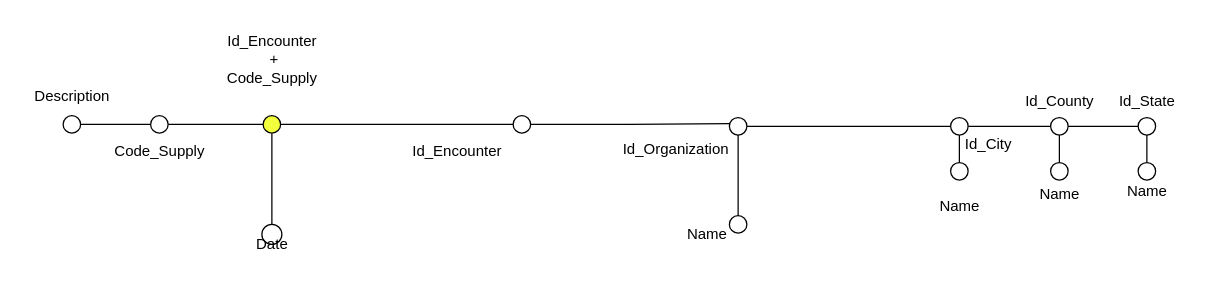
MircoPerna99/BigDataManagement_Team keeps this draw.io diagram as Alberi_Elaborated/Require.drawio. Above is the earlier version. Source tidied: cells renumbered, new cells numbered last; positions are measured from the earlier drawing's top-left corner, leaving out a move shared by most shapes. Both pictures are drawn from the tidied source at 125%, with x=0, y=0 at pixel (21, 21).
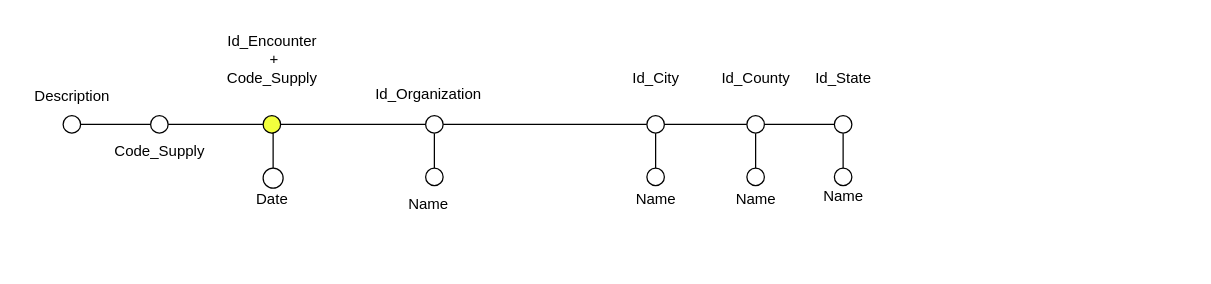
Above is the later version.

Unchanged cells that the change refers to:
```xml
<mxCell id="4" style="ellipse;whiteSpace=wrap;html=1;fillColor=#F2FF3D;" parent="1" vertex="1">
  <mxGeometry x="193" y="75" width="14" height="14" as="geometry" />
</mxCell>
```

The edit, as a diff of the source:
```diff
@@
-    <mxCell id="2" style="edgeStyle=orthogonalEdgeStyle;rounded=0;jettySize=auto;html=1;endArrow=none;startFill=0;" parent="1" edge="1" source="4" target="6">
-      <mxGeometry relative="1" as="geometry" />
-    </mxCell>
-    <mxCell id="3" style="edgeStyle=orthogonalEdgeStyle;rounded=0;jettySize=auto;html=1;exitX=0.5;exitY=1;exitDx=0;exitDy=0;entryX=0.5;entryY=0;entryDx=0;entryDy=0;endArrow=none;startFill=0;" parent="1" edge="1" source="4" target="38">
-      <mxGeometry relative="1" as="geometry" />
-    </mxCell>
+    <mxCell id="40" style="edgeStyle=orthogonalEdgeStyle;rounded=0;jettySize=auto;html=1;exitX=0.5;exitY=1;exitDx=0;exitDy=0;entryX=0.5;entryY=0;entryDx=0;entryDy=0;endArrow=none;startFill=0;" parent="1" edge="1" source="4" target="61">
+      <mxGeometry relative="1" as="geometry" />
+    </mxCell>
+    <mxCell id="41" style="edgeStyle=orthogonalEdgeStyle;rounded=0;jettySize=auto;html=1;exitX=1;exitY=0.5;exitDx=0;exitDy=0;entryX=0;entryY=0.5;entryDx=0;entryDy=0;endArrow=none;startFill=0;" parent="1" edge="1" source="4" target="44">
+      <mxGeometry relative="1" as="geometry" />
+    </mxCell>
@@
-    <mxCell id="6" style="ellipse;whiteSpace=wrap;html=1;fillColor=#FFFFFF;" parent="1" vertex="1">
-      <mxGeometry x="393" y="75" width="14" height="14" as="geometry" />
-    </mxCell>
@@
-    <mxCell id="13" value="Id_Encounter" style="text;html=1;align=center;verticalAlign=middle;strokeColor=none;fillColor=none;" parent="1" vertex="1">
-      <mxGeometry x="303" y="89" width="90" height="30" as="geometry" />
-    </mxCell>
-    <mxCell id="14" style="edgeStyle=orthogonalEdgeStyle;rounded=0;jettySize=auto;html=1;exitX=1;exitY=0.5;exitDx=0;exitDy=0;entryX=0;entryY=0.5;entryDx=0;entryDy=0;endArrow=none;startFill=0;endFill=1;" parent="1" edge="1" source="16" target="19">
-      <mxGeometry relative="1" as="geometry" />
-    </mxCell>
-    <mxCell id="15" style="edgeStyle=orthogonalEdgeStyle;rounded=0;jettySize=auto;html=1;exitX=0.5;exitY=1;exitDx=0;exitDy=0;entryX=0.5;entryY=0;entryDx=0;entryDy=0;curved=1;endArrow=none;startFill=0;" parent="1" edge="1" source="16" target="20">
-      <mxGeometry relative="1" as="geometry" />
-    </mxCell>
-    <mxCell id="16" style="ellipse;whiteSpace=wrap;html=1;fillColor=#FFFFFF;" parent="1" vertex="1">
-      <mxGeometry x="566" y="76.5" width="14" height="14" as="geometry" />
-    </mxCell>
+    <mxCell id="42" style="edgeStyle=orthogonalEdgeStyle;rounded=0;jettySize=auto;html=1;exitX=1;exitY=0.5;exitDx=0;exitDy=0;entryX=0;entryY=0.5;entryDx=0;entryDy=0;endArrow=none;startFill=0;endFill=1;" parent="1" edge="1" source="44" target="46">
+      <mxGeometry relative="1" as="geometry" />
+    </mxCell>
+    <mxCell id="43" style="edgeStyle=orthogonalEdgeStyle;rounded=0;jettySize=auto;html=1;exitX=0.5;exitY=1;exitDx=0;exitDy=0;entryX=0.5;entryY=0;entryDx=0;entryDy=0;curved=1;endArrow=none;startFill=0;" parent="1" edge="1" source="44" target="47">
+      <mxGeometry relative="1" as="geometry" />
+    </mxCell>
+    <mxCell id="44" style="ellipse;whiteSpace=wrap;html=1;fillColor=#FFFFFF;" parent="1" vertex="1">
+      <mxGeometry x="323" y="75" width="14" height="14" as="geometry" />
+    </mxCell>
     <mxCell id="17" value="Id_Organization" style="text;html=1;align=center;verticalAlign=middle;strokeColor=none;fillColor=none;" parent="1" vertex="1">
-      <mxGeometry x="468" y="87" width="110" height="30" as="geometry" />
+      <mxGeometry x="270" y="43" width="110" height="30" as="geometry" />
     </mxCell>
-    <mxCell id="18" style="edgeStyle=orthogonalEdgeStyle;rounded=0;jettySize=auto;html=1;exitX=1;exitY=0.5;exitDx=0;exitDy=0;entryX=0;entryY=0.5;entryDx=0;entryDy=0;endArrow=none;startFill=0;" parent="1" edge="1" source="19" target="28">
-      <mxGeometry relative="1" as="geometry" />
-    </mxCell>
-    <mxCell id="19" style="ellipse;whiteSpace=wrap;html=1;fillColor=#FFFFFF;" parent="1" vertex="1">
-      <mxGeometry x="743" y="76.5" width="14" height="14" as="geometry" />
-    </mxCell>
-    <mxCell id="20" style="ellipse;whiteSpace=wrap;html=1;fillColor=#FFFFFF;" parent="1" vertex="1">
-      <mxGeometry x="566" y="155" width="14" height="14" as="geometry" />
-    </mxCell>
-    <mxCell id="21" value="Name" style="text;html=1;align=center;verticalAlign=middle;strokeColor=none;fillColor=none;" parent="1" vertex="1">
-      <mxGeometry x="518" y="155" width="60" height="30" as="geometry" />
-    </mxCell>
+    <mxCell id="45" style="edgeStyle=orthogonalEdgeStyle;rounded=0;jettySize=auto;html=1;exitX=1;exitY=0.5;exitDx=0;exitDy=0;entryX=0;entryY=0.5;entryDx=0;entryDy=0;endArrow=none;startFill=0;" parent="1" edge="1" source="46" target="54">
+      <mxGeometry relative="1" as="geometry" />
+    </mxCell>
+    <mxCell id="46" style="ellipse;whiteSpace=wrap;html=1;fillColor=#FFFFFF;" parent="1" vertex="1">
+      <mxGeometry x="500" y="75" width="14" height="14" as="geometry" />
+    </mxCell>
+    <mxCell id="47" style="ellipse;whiteSpace=wrap;html=1;fillColor=#FFFFFF;" parent="1" vertex="1">
+      <mxGeometry x="323" y="117" width="14" height="14" as="geometry" />
+    </mxCell>
+    <mxCell id="48" value="Name" style="text;html=1;align=center;verticalAlign=middle;strokeColor=none;fillColor=none;" parent="1" vertex="1">
+      <mxGeometry x="295" y="131" width="60" height="30" as="geometry" />
+    </mxCell>
     <mxCell id="22" value="Id_City" style="text;html=1;align=center;verticalAlign=middle;strokeColor=none;fillColor=none;" parent="1" vertex="1">
-      <mxGeometry x="743" y="82.5" width="60" height="30" as="geometry" />
+      <mxGeometry x="477" y="30" width="60" height="30" as="geometry" />
     </mxCell>
-    <mxCell id="23" style="edgeStyle=orthogonalEdgeStyle;rounded=0;jettySize=auto;html=1;entryX=0.5;entryY=1;entryDx=0;entryDy=0;endArrow=none;startFill=0;" parent="1" edge="1" source="24" target="19">
-      <mxGeometry relative="1" as="geometry" />
-    </mxCell>
-    <mxCell id="24" style="ellipse;whiteSpace=wrap;html=1;fillColor=#FFFFFF;" parent="1" vertex="1">
-      <mxGeometry x="743" y="112.5" width="14" height="14" as="geometry" />
-    </mxCell>
-    <mxCell id="25" value="Name" style="text;html=1;align=center;verticalAlign=middle;strokeColor=none;fillColor=none;" parent="1" vertex="1">
-      <mxGeometry x="720" y="133" width="60" height="30" as="geometry" />
-    </mxCell>
-    <mxCell id="26" style="edgeStyle=orthogonalEdgeStyle;rounded=0;jettySize=auto;html=1;exitX=0.5;exitY=1;exitDx=0;exitDy=0;entryX=0.5;entryY=0;entryDx=0;entryDy=0;endArrow=none;startFill=0;" parent="1" edge="1" source="28" target="30">
-      <mxGeometry relative="1" as="geometry" />
-    </mxCell>
-    <mxCell id="27" style="edgeStyle=orthogonalEdgeStyle;rounded=0;jettySize=auto;html=1;exitX=1;exitY=0.5;exitDx=0;exitDy=0;entryX=0;entryY=0.5;entryDx=0;entryDy=0;endArrow=none;startFill=0;" parent="1" edge="1" source="28" target="33">
-      <mxGeometry relative="1" as="geometry" />
-    </mxCell>
-    <mxCell id="28" style="ellipse;whiteSpace=wrap;html=1;fillColor=#FFFFFF;" parent="1" vertex="1">
-      <mxGeometry x="823" y="76.5" width="14" height="14" as="geometry" />
-    </mxCell>
+    <mxCell id="49" style="edgeStyle=orthogonalEdgeStyle;rounded=0;jettySize=auto;html=1;entryX=0.5;entryY=1;entryDx=0;entryDy=0;endArrow=none;startFill=0;" parent="1" edge="1" source="50" target="46">
+      <mxGeometry relative="1" as="geometry" />
+    </mxCell>
+    <mxCell id="50" style="ellipse;whiteSpace=wrap;html=1;fillColor=#FFFFFF;" parent="1" vertex="1">
+      <mxGeometry x="500" y="117" width="14" height="14" as="geometry" />
+    </mxCell>
+    <mxCell id="51" value="Name" style="text;html=1;align=center;verticalAlign=middle;strokeColor=none;fillColor=none;" parent="1" vertex="1">
+      <mxGeometry x="477" y="127" width="60" height="30" as="geometry" />
+    </mxCell>
+    <mxCell id="52" style="edgeStyle=orthogonalEdgeStyle;rounded=0;jettySize=auto;html=1;exitX=0.5;exitY=1;exitDx=0;exitDy=0;entryX=0.5;entryY=0;entryDx=0;entryDy=0;endArrow=none;startFill=0;" parent="1" edge="1" source="54" target="55">
+      <mxGeometry relative="1" as="geometry" />
+    </mxCell>
+    <mxCell id="53" style="edgeStyle=orthogonalEdgeStyle;rounded=0;jettySize=auto;html=1;exitX=1;exitY=0.5;exitDx=0;exitDy=0;entryX=0;entryY=0.5;entryDx=0;entryDy=0;endArrow=none;startFill=0;" parent="1" edge="1" source="54" target="58">
+      <mxGeometry relative="1" as="geometry" />
+    </mxCell>
+    <mxCell id="54" style="ellipse;whiteSpace=wrap;html=1;fillColor=#FFFFFF;" parent="1" vertex="1">
+      <mxGeometry x="580" y="75" width="14" height="14" as="geometry" />
+    </mxCell>
     <mxCell id="29" value="Id_County" style="text;html=1;align=center;verticalAlign=middle;strokeColor=none;fillColor=none;" parent="1" vertex="1">
-      <mxGeometry x="790" y="48.5" width="80" height="30" as="geometry" />
+      <mxGeometry x="547" y="30" width="80" height="30" as="geometry" />
     </mxCell>
-    <mxCell id="30" style="ellipse;whiteSpace=wrap;html=1;fillColor=#FFFFFF;" parent="1" vertex="1">
-      <mxGeometry x="823" y="112.5" width="14" height="14" as="geometry" />
-    </mxCell>
-    <mxCell id="31" value="Name" style="text;html=1;align=center;verticalAlign=middle;strokeColor=none;fillColor=none;" parent="1" vertex="1">
-      <mxGeometry x="800" y="122.5" width="60" height="30" as="geometry" />
-    </mxCell>
-    <mxCell id="32" style="edgeStyle=orthogonalEdgeStyle;rounded=0;jettySize=auto;html=1;exitX=0.5;exitY=1;exitDx=0;exitDy=0;entryX=0.5;entryY=0;entryDx=0;entryDy=0;endArrow=none;startFill=0;" parent="1" edge="1" source="33" target="35">
-      <mxGeometry relative="1" as="geometry" />
-    </mxCell>
-    <mxCell id="33" style="ellipse;whiteSpace=wrap;html=1;fillColor=#FFFFFF;" parent="1" vertex="1">
-      <mxGeometry x="893" y="76.5" width="14" height="14" as="geometry" />
-    </mxCell>
+    <mxCell id="55" style="ellipse;whiteSpace=wrap;html=1;fillColor=#FFFFFF;" parent="1" vertex="1">
+      <mxGeometry x="580" y="117" width="14" height="14" as="geometry" />
+    </mxCell>
+    <mxCell id="56" value="Name" style="text;html=1;align=center;verticalAlign=middle;strokeColor=none;fillColor=none;" parent="1" vertex="1">
+      <mxGeometry x="557" y="127" width="60" height="30" as="geometry" />
+    </mxCell>
+    <mxCell id="57" style="edgeStyle=orthogonalEdgeStyle;rounded=0;jettySize=auto;html=1;exitX=0.5;exitY=1;exitDx=0;exitDy=0;entryX=0.5;entryY=0;entryDx=0;entryDy=0;endArrow=none;startFill=0;" parent="1" edge="1" source="58" target="59">
+      <mxGeometry relative="1" as="geometry" />
+    </mxCell>
+    <mxCell id="58" style="ellipse;whiteSpace=wrap;html=1;fillColor=#FFFFFF;" parent="1" vertex="1">
+      <mxGeometry x="650" y="75" width="14" height="14" as="geometry" />
+    </mxCell>
     <mxCell id="34" value="Id_State" style="text;html=1;align=center;verticalAlign=middle;strokeColor=none;fillColor=none;" parent="1" vertex="1">
-      <mxGeometry x="865" y="48.5" width="70" height="30" as="geometry" />
+      <mxGeometry x="622" y="30" width="70" height="30" as="geometry" />
     </mxCell>
-    <mxCell id="35" style="ellipse;whiteSpace=wrap;html=1;fillColor=#FFFFFF;" parent="1" vertex="1">
-      <mxGeometry x="893" y="112.5" width="14" height="14" as="geometry" />
-    </mxCell>
-    <mxCell id="36" value="Name" style="text;html=1;align=center;verticalAlign=middle;strokeColor=none;fillColor=none;" parent="1" vertex="1">
-      <mxGeometry x="870" y="120.5" width="60" height="30" as="geometry" />
-    </mxCell>
-    <mxCell id="37" style="edgeStyle=orthogonalEdgeStyle;rounded=0;jettySize=auto;html=1;exitX=1;exitY=0.5;exitDx=0;exitDy=0;entryX=0.032;entryY=0.354;entryDx=0;entryDy=0;entryPerimeter=0;endArrow=none;startFill=0;" parent="1" edge="1" source="6" target="16">
-      <mxGeometry relative="1" as="geometry" />
-    </mxCell>
-    <mxCell id="38" style="ellipse;whiteSpace=wrap;html=1;fillColor=#FFFFFF;" parent="1" vertex="1">
-      <mxGeometry x="192" y="162" width="16" height="16" as="geometry" />
-    </mxCell>
+    <mxCell id="59" style="ellipse;whiteSpace=wrap;html=1;fillColor=#FFFFFF;" parent="1" vertex="1">
+      <mxGeometry x="650" y="117" width="14" height="14" as="geometry" />
+    </mxCell>
+    <mxCell id="60" value="Name" style="text;html=1;align=center;verticalAlign=middle;strokeColor=none;fillColor=none;" parent="1" vertex="1">
+      <mxGeometry x="627" y="125" width="60" height="30" as="geometry" />
+    </mxCell>
+    <mxCell id="61" style="ellipse;whiteSpace=wrap;html=1;fillColor=#FFFFFF;" parent="1" vertex="1">
+      <mxGeometry x="193" y="117" width="16" height="16" as="geometry" />
+    </mxCell>
     <mxCell id="39" value="Date" style="text;html=1;align=center;verticalAlign=middle;strokeColor=none;fillColor=none;" parent="1" vertex="1">
-      <mxGeometry x="175" y="163" width="50" height="30" as="geometry" />
+      <mxGeometry x="175" y="127" width="50" height="30" as="geometry" />
     </mxCell>
```
